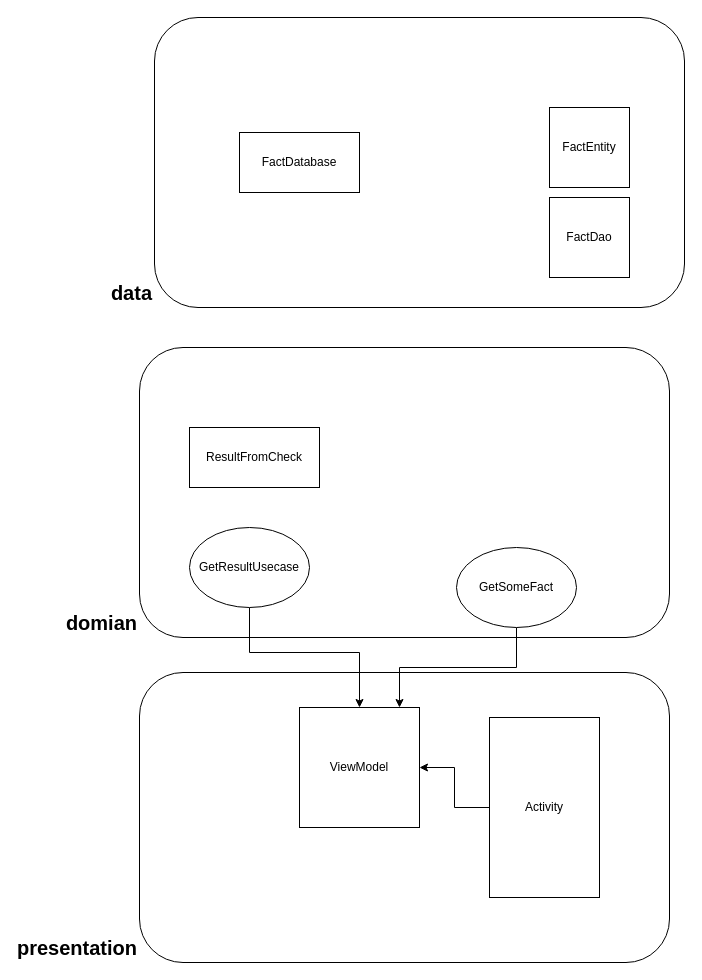
Above: simple_numer.drawio in akhmetovdaniyar/simpleNumber (draw.io), before the change. Source tidied: cells renumbered, new cells numbered last; positions are measured from the earlier drawing's top-left corner, leaving out a move shared by most shapes. Both pictures are drawn from the tidied source at 100%, with x=0, y=0 at pixel (139, 17).
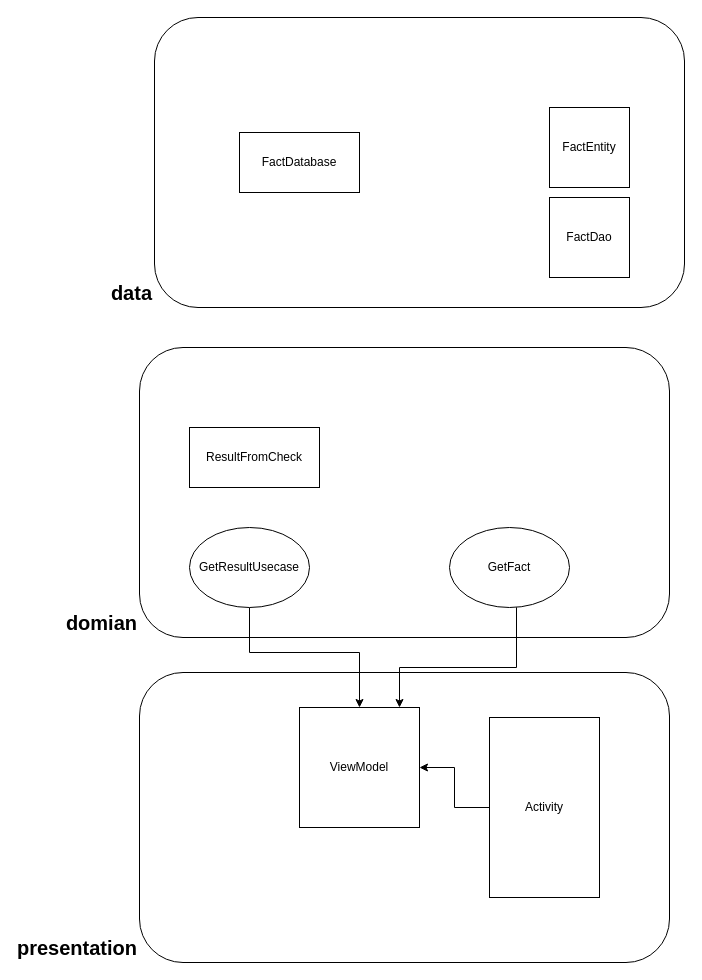
The same page after the edit.

Change to the diagram source:
```diff
@@
 <mxGraphModel>
   <root>
     <mxCell id="0" />
     <mxCell id="1" parent="0" />
     <mxCell id="2" value="domian" style="rounded=1;whiteSpace=wrap;html=1;labelBackgroundColor=default;labelBorderColor=none;fontSize=20;fontColor=default;labelPosition=left;verticalLabelPosition=middle;align=right;verticalAlign=bottom;horizontal=1;fontStyle=1;" parent="1" vertex="1">
       <mxGeometry y="330" width="530" height="290" as="geometry" />
     </mxCell>
     <mxCell id="3" value="presentation" style="rounded=1;whiteSpace=wrap;html=1;labelBackgroundColor=default;labelBorderColor=none;fontSize=20;fontColor=default;labelPosition=left;verticalLabelPosition=middle;align=right;verticalAlign=bottom;horizontal=1;fontStyle=1;" parent="1" vertex="1">
       <mxGeometry y="655" width="530" height="290" as="geometry" />
     </mxCell>
     <mxCell id="4" style="edgeStyle=orthogonalEdgeStyle;rounded=0;jettySize=auto;html=1;exitX=0.5;exitY=1;exitDx=0;exitDy=0;" parent="1" edge="1" source="5" target="12">
       <mxGeometry relative="1" as="geometry">
         <Array as="points">
           <mxPoint x="110" y="635" />
           <mxPoint x="220" y="635" />
         </Array>
       </mxGeometry>
     </mxCell>
     <mxCell id="5" value="GetResultUsecase" style="ellipse;whiteSpace=wrap;html=1;" parent="1" vertex="1">
       <mxGeometry x="50" y="510" width="120" height="80" as="geometry" />
     </mxCell>
     <mxCell id="6" style="edgeStyle=orthogonalEdgeStyle;rounded=0;jettySize=auto;html=1;" parent="1" edge="1" source="7" target="12">
       <mxGeometry relative="1" as="geometry" />
     </mxCell>
     <mxCell id="7" value="Activity" style="rounded=0;whiteSpace=wrap;html=1;fontStyle=0;" parent="1" vertex="1">
       <mxGeometry x="350" y="700" width="110" height="180" as="geometry" />
     </mxCell>
     <mxCell id="8" value="data" style="rounded=1;whiteSpace=wrap;html=1;labelBackgroundColor=default;labelBorderColor=none;fontSize=20;fontColor=default;labelPosition=left;verticalLabelPosition=middle;align=right;verticalAlign=bottom;horizontal=1;fontStyle=1;strokeWidth=1;" parent="1" vertex="1">
       <mxGeometry x="15" width="530" height="290" as="geometry" />
     </mxCell>
     <mxCell id="9" value="ResultFromCheck" style="rounded=0;whiteSpace=wrap;html=1;" parent="1" vertex="1">
       <mxGeometry x="50" y="410" width="130" height="60" as="geometry" />
     </mxCell>
     <mxCell id="10" style="edgeStyle=orthogonalEdgeStyle;rounded=0;jettySize=auto;html=1;entryX=0.75;entryY=0;entryDx=0;entryDy=0;" parent="1" edge="1" source="11">
       <mxGeometry relative="1" as="geometry">
         <mxPoint x="260" y="690" as="targetPoint" />
         <Array as="points">
           <mxPoint x="377" y="650" />
           <mxPoint x="260" y="650" />
         </Array>
       </mxGeometry>
     </mxCell>
-    <mxCell id="11" value="GetSomeFact" style="ellipse;whiteSpace=wrap;html=1;" parent="1" vertex="1">
-      <mxGeometry x="317" y="530" width="120" height="80" as="geometry" />
+    <mxCell id="11" value="GetFact" style="ellipse;whiteSpace=wrap;html=1;" parent="1" vertex="1">
+      <mxGeometry x="310" y="510" width="120" height="80" as="geometry" />
     </mxCell>
     <mxCell id="12" value="ViewModel" style="whiteSpace=wrap;html=1;" parent="1" vertex="1">
       <mxGeometry x="160" y="690" width="120" height="120" as="geometry" />
     </mxCell>
     <mxCell id="13" value="FactDatabase" style="rounded=0;whiteSpace=wrap;html=1;" parent="1" vertex="1">
       <mxGeometry x="100" y="115" width="120" height="60" as="geometry" />
     </mxCell>
     <mxCell id="14" value="FactDao" style="whiteSpace=wrap;html=1;" parent="1" vertex="1">
       <mxGeometry x="410" y="180" width="80" height="80" as="geometry" />
     </mxCell>
     <mxCell id="15" value="FactEntity" style="whiteSpace=wrap;html=1;" parent="1" vertex="1">
       <mxGeometry x="410" y="90" width="80" height="80" as="geometry" />
     </mxCell>
   </root>
 </mxGraphModel>
```
